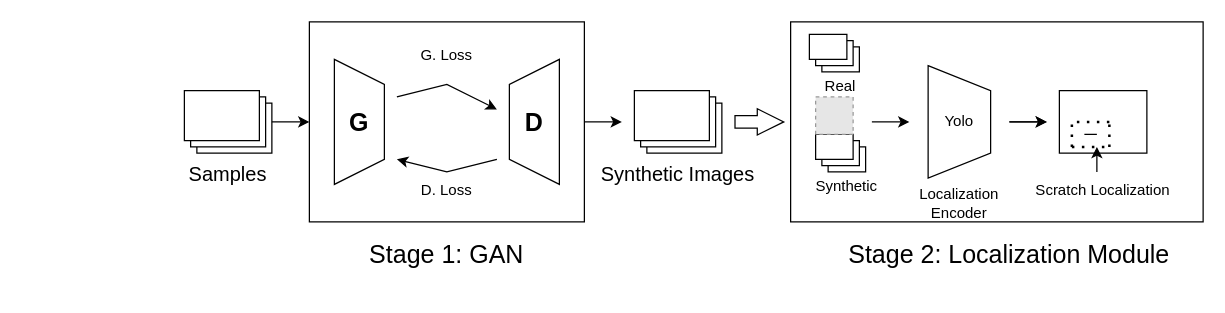
Before: Pipeline Diagram.drawio in ranjulbn20/Diagrams, a draw.io diagram. Source tidied: cells renumbered, new cells numbered last; positions are measured from the earlier drawing's top-left corner, leaving out a move shared by most shapes. Both pictures are drawn from the tidied source at 125%, with x=0, y=0 at pixel (146, 21). Pictures stored in the file or linked from it are replaced by grey dashed boxes.
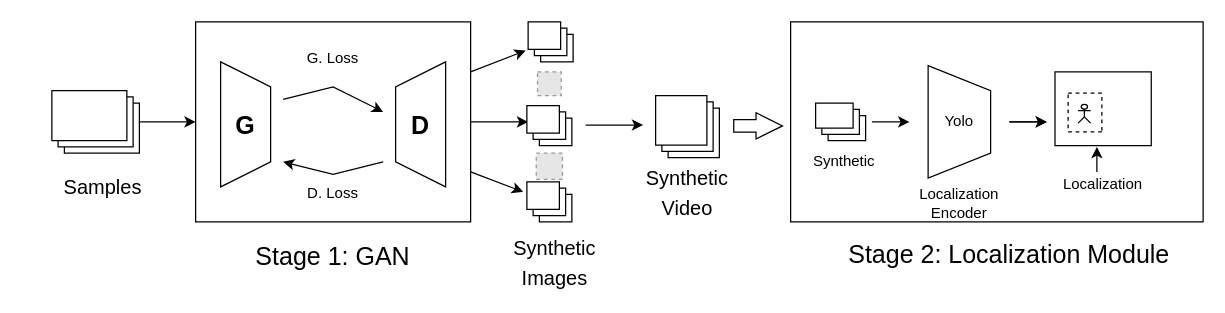
Above is the later version.

Diff of the diagram source:
```diff
@@
-    <mxCell id="3" style="rounded=0;whiteSpace=wrap;html=1;fontSize=12;" parent="1" vertex="1">
-      <mxGeometry x="730" y="55" width="70" height="50" as="geometry" />
-    </mxCell>
+    <mxCell id="19" style="shape=flexArrow;endArrow=classic;html=1;rounded=0;fontSize=16;endWidth=10;endSize=6.7250000000000005;" parent="1" edge="1">
+      <mxGeometry relative="1" as="geometry">
+        <mxPoint x="469" y="83.2" as="sourcePoint" />
+        <mxPoint x="509" y="83.2" as="targetPoint" />
+      </mxGeometry>
+    </mxCell>
+    <mxCell id="21" style="verticalLabelPosition=bottom;verticalAlign=top;html=1;shape=mxgraph.basic.layered_rect;dx=10;whiteSpace=wrap;fontSize=20;" parent="1" vertex="1">
+      <mxGeometry x="535" y="65" width="40" height="30" as="geometry" />
+    </mxCell>
+    <mxCell id="22" value="&lt;span style=&quot;font-size: 12px;&quot;&gt;Synthetic&lt;/span&gt;" style="text;html=1;strokeColor=none;fillColor=none;align=center;verticalAlign=middle;whiteSpace=wrap;rounded=0;fontSize=16;" parent="1" vertex="1">
+      <mxGeometry x="533" y="105" width="50" height="10" as="geometry" />
+    </mxCell>
+    <mxCell id="25" style="endArrow=classic;html=1;rounded=0;fontSize=12;" parent="1" edge="1">
+      <mxGeometry relative="1" as="geometry">
+        <mxPoint x="580" y="80" as="sourcePoint" />
+        <mxPoint x="610" y="80" as="targetPoint" />
+      </mxGeometry>
+    </mxCell>
+    <mxCell id="26" style="shape=trapezoid;perimeter=trapezoidPerimeter;whiteSpace=wrap;html=1;fixedSize=1;fontSize=12;rotation=90;" parent="1" vertex="1">
+      <mxGeometry x="605" y="55" width="90" height="50" as="geometry" />
+    </mxCell>
+    <mxCell id="27" value="Yolo" style="text;html=1;strokeColor=none;fillColor=none;align=center;verticalAlign=middle;whiteSpace=wrap;rounded=0;fontSize=12;" parent="1" vertex="1">
+      <mxGeometry x="620" y="65" width="60" height="30" as="geometry" />
+    </mxCell>
+    <mxCell id="28" style="endArrow=classic;html=1;rounded=0;fontSize=12;" parent="1" edge="1">
+      <mxGeometry relative="1" as="geometry">
+        <mxPoint x="690" y="80" as="sourcePoint" />
+        <mxPoint x="720" y="80" as="targetPoint" />
+      </mxGeometry>
+    </mxCell>
+    <mxCell id="29" style="endArrow=classic;html=1;rounded=0;fontSize=12;" parent="1" edge="1">
+      <mxGeometry relative="1" as="geometry">
+        <mxPoint x="690" y="80" as="sourcePoint" />
+        <mxPoint x="720" y="80" as="targetPoint" />
+        <Array as="points">
+          <mxPoint x="700" y="80" />
+        </Array>
+      </mxGeometry>
+    </mxCell>
+    <mxCell id="33" style="endArrow=classic;html=1;rounded=0;fontSize=12;" parent="1" edge="1">
+      <mxGeometry relative="1" as="geometry">
+        <mxPoint x="760" y="120" as="sourcePoint" />
+        <mxPoint x="760" y="100" as="targetPoint" />
+      </mxGeometry>
+    </mxCell>
+    <mxCell id="34" value="Localization" style="text;html=1;strokeColor=none;fillColor=none;align=center;verticalAlign=middle;whiteSpace=wrap;rounded=0;fontSize=12;" parent="1" vertex="1">
+      <mxGeometry x="710" y="115" width="110" height="30" as="geometry" />
+    </mxCell>
+    <mxCell id="35" value="Stage 2: Localization Module" style="text;html=1;strokeColor=none;fillColor=none;align=center;verticalAlign=middle;whiteSpace=wrap;rounded=0;fontSize=20;" parent="1" vertex="1">
+      <mxGeometry x="535" y="170" width="310" height="30" as="geometry" />
+    </mxCell>
+    <mxCell id="36" value="Localization&lt;br&gt;Encoder" style="text;html=1;strokeColor=none;fillColor=none;align=center;verticalAlign=middle;whiteSpace=wrap;rounded=0;fontSize=12;" parent="1" vertex="1">
+      <mxGeometry x="620" y="130" width="60" height="30" as="geometry" />
+    </mxCell>
+    <mxCell id="39" style="verticalLabelPosition=bottom;verticalAlign=top;html=1;shape=mxgraph.basic.layered_rect;dx=10;whiteSpace=wrap;fontSize=20;" parent="1" vertex="1">
+      <mxGeometry x="407" y="59" width="51" height="49.5" as="geometry" />
+    </mxCell>
+    <mxCell id="13" style="verticalLabelPosition=bottom;verticalAlign=top;html=1;shape=mxgraph.basic.layered_rect;dx=10;whiteSpace=wrap;fontSize=20;" parent="1" vertex="1">
+      <mxGeometry x="305" width="36" height="32" as="geometry" />
+    </mxCell>
+    <mxCell id="14" value="&lt;font style=&quot;font-size: 16px;&quot;&gt;Synthetic Images&lt;/font&gt;" style="text;html=1;strokeColor=none;fillColor=none;align=center;verticalAlign=middle;whiteSpace=wrap;rounded=0;fontSize=20;" parent="1" vertex="1">
+      <mxGeometry x="276.5" y="182" width="99" height="18" as="geometry" />
+    </mxCell>
+    <mxCell id="15" style="endArrow=classic;html=1;rounded=0;fontSize=16;exitX=1;exitY=0.5;exitDx=0;exitDy=0;" parent="1" edge="1" source="4">
+      <mxGeometry relative="1" as="geometry">
+        <mxPoint x="305" y="80" as="targetPoint" />
+      </mxGeometry>
+    </mxCell>
+    <mxCell id="16" style="verticalLabelPosition=bottom;verticalAlign=top;html=1;shape=mxgraph.basic.layered_rect;dx=10;outlineConnect=0;whiteSpace=wrap;fontSize=20;" parent="1" vertex="1">
+      <mxGeometry x="-76" y="55" width="70" height="50" as="geometry" />
+    </mxCell>
+    <mxCell id="17" value="&lt;span style=&quot;font-size: 16px;&quot;&gt;Samples&lt;/span&gt;" style="text;html=1;strokeColor=none;fillColor=none;align=center;verticalAlign=middle;whiteSpace=wrap;rounded=0;fontSize=20;" parent="1" vertex="1">
+      <mxGeometry x="-100" y="115" width="130" height="30" as="geometry" />
+    </mxCell>
+    <mxCell id="18" style="endArrow=classic;html=1;rounded=0;fontSize=16;entryX=0;entryY=0.5;entryDx=0;entryDy=0;" parent="1" edge="1" source="16" target="4">
+      <mxGeometry relative="1" as="geometry" />
+    </mxCell>
+    <mxCell id="40" style="group;" parent="1" vertex="1">
+      <mxGeometry x="39" width="220" height="202" as="geometry" />
+    </mxCell>
-    <mxCell id="4" style="rounded=0;whiteSpace=wrap;html=1;" parent="1" vertex="1">
-      <mxGeometry x="130" width="220" height="160" as="geometry" />
+    <mxCell id="4" style="rounded=0;whiteSpace=wrap;html=1;" parent="40" vertex="1">
+      <mxGeometry width="220" height="160" as="geometry" />
     </mxCell>
-    <mxCell id="5" style="shape=trapezoid;perimeter=trapezoidPerimeter;whiteSpace=wrap;html=1;fixedSize=1;rotation=-90;" parent="1" vertex="1">
-      <mxGeometry x="260" y="60" width="100" height="40" as="geometry" />
+    <mxCell id="5" style="shape=trapezoid;perimeter=trapezoidPerimeter;whiteSpace=wrap;html=1;fixedSize=1;rotation=-90;" parent="40" vertex="1">
+      <mxGeometry x="130" y="62" width="100" height="40" as="geometry" />
     </mxCell>
-    <mxCell id="6" style="shape=trapezoid;perimeter=trapezoidPerimeter;whiteSpace=wrap;html=1;fixedSize=1;rotation=90;" parent="1" vertex="1">
-      <mxGeometry x="120" y="60" width="100" height="40" as="geometry" />
+    <mxCell id="6" style="shape=trapezoid;perimeter=trapezoidPerimeter;whiteSpace=wrap;html=1;fixedSize=1;rotation=90;" parent="40" vertex="1">
+      <mxGeometry x="-10" y="62" width="100" height="40" as="geometry" />
     </mxCell>
-    <mxCell id="7" style="endArrow=classic;html=1;rounded=0;" parent="1" edge="1">
+    <mxCell id="7" style="endArrow=classic;html=1;rounded=0;" parent="40" edge="1">
       <mxGeometry relative="1" as="geometry">
-        <mxPoint x="200" y="60" as="sourcePoint" />
-        <mxPoint x="280" y="70" as="targetPoint" />
+        <mxPoint x="70" y="62" as="sourcePoint" />
+        <mxPoint x="150" y="72" as="targetPoint" />
         <Array as="points">
-          <mxPoint x="240" y="50" />
+          <mxPoint x="110" y="52" />
         </Array>
       </mxGeometry>
     </mxCell>
-    <mxCell id="8" style="endArrow=classic;html=1;rounded=0;startArrow=none;" parent="1" edge="1">
+    <mxCell id="8" style="endArrow=classic;html=1;rounded=0;startArrow=none;" parent="40" edge="1">
       <mxGeometry relative="1" as="geometry">
-        <mxPoint x="280" y="110" as="sourcePoint" />
-        <mxPoint x="200" y="110" as="targetPoint" />
+        <mxPoint x="150" y="112" as="sourcePoint" />
+        <mxPoint x="70" y="112" as="targetPoint" />
         <Array as="points">
-          <mxPoint x="240" y="120" />
+          <mxPoint x="110" y="122" />
         </Array>
       </mxGeometry>
     </mxCell>
-    <mxCell id="9" value="D. Loss" style="text;html=1;strokeColor=none;fillColor=none;align=center;verticalAlign=middle;whiteSpace=wrap;rounded=0;" parent="1" vertex="1">
-      <mxGeometry x="210" y="120" width="60" height="30" as="geometry" />
+    <mxCell id="9" value="D. Loss" style="text;html=1;strokeColor=none;fillColor=none;align=center;verticalAlign=middle;whiteSpace=wrap;rounded=0;" parent="40" vertex="1">
+      <mxGeometry x="80" y="122" width="60" height="30" as="geometry" />
     </mxCell>
-    <mxCell id="10" value="&lt;font style=&quot;font-size: 20px;&quot;&gt;&lt;b&gt;G&lt;/b&gt;&lt;/font&gt;" style="text;html=1;strokeColor=none;fillColor=none;align=center;verticalAlign=middle;whiteSpace=wrap;rounded=0;" parent="1" vertex="1">
-      <mxGeometry x="140" y="65" width="60" height="30" as="geometry" />
+    <mxCell id="10" value="&lt;font style=&quot;font-size: 20px;&quot;&gt;&lt;b&gt;G&lt;/b&gt;&lt;/font&gt;" style="text;html=1;strokeColor=none;fillColor=none;align=center;verticalAlign=middle;whiteSpace=wrap;rounded=0;" parent="40" vertex="1">
+      <mxGeometry x="10" y="67" width="60" height="30" as="geometry" />
     </mxCell>
-    <mxCell id="11" value="&lt;span style=&quot;font-size: 20px;&quot;&gt;&lt;b&gt;D&lt;/b&gt;&lt;/span&gt;" style="text;html=1;strokeColor=none;fillColor=none;align=center;verticalAlign=middle;whiteSpace=wrap;rounded=0;" parent="1" vertex="1">
-      <mxGeometry x="280" y="65" width="60" height="30" as="geometry" />
+    <mxCell id="11" value="&lt;span style=&quot;font-size: 20px;&quot;&gt;&lt;b&gt;D&lt;/b&gt;&lt;/span&gt;" style="text;html=1;strokeColor=none;fillColor=none;align=center;verticalAlign=middle;whiteSpace=wrap;rounded=0;" parent="40" vertex="1">
+      <mxGeometry x="150" y="67" width="60" height="30" as="geometry" />
     </mxCell>
-    <mxCell id="12" value="Stage 1: GAN" style="text;html=1;strokeColor=none;fillColor=none;align=center;verticalAlign=middle;whiteSpace=wrap;rounded=0;fontSize=20;" parent="1" vertex="1">
-      <mxGeometry x="170" y="170" width="140" height="30" as="geometry" />
+    <mxCell id="12" value="Stage 1: GAN" style="text;html=1;strokeColor=none;fillColor=none;align=center;verticalAlign=middle;whiteSpace=wrap;rounded=0;fontSize=20;" parent="40" vertex="1">
+      <mxGeometry x="40" y="172" width="140" height="30" as="geometry" />
     </mxCell>
-    <mxCell id="13" style="verticalLabelPosition=bottom;verticalAlign=top;html=1;shape=mxgraph.basic.layered_rect;dx=10;whiteSpace=wrap;fontSize=20;" parent="1" vertex="1">
-      <mxGeometry x="390" y="55" width="70" height="50" as="geometry" />
-    </mxCell>
-    <mxCell id="14" value="&lt;font style=&quot;font-size: 16px;&quot;&gt;Synthetic Images&lt;/font&gt;" style="text;html=1;strokeColor=none;fillColor=none;align=center;verticalAlign=middle;whiteSpace=wrap;rounded=0;fontSize=20;" parent="1" vertex="1">
-      <mxGeometry x="360" y="105" width="130" height="30" as="geometry" />
-    </mxCell>
-    <mxCell id="15" style="endArrow=classic;html=1;rounded=0;fontSize=16;exitX=1;exitY=0.5;exitDx=0;exitDy=0;" parent="1" edge="1" source="4">
-      <mxGeometry relative="1" as="geometry">
-        <mxPoint x="380" y="80" as="targetPoint" />
-      </mxGeometry>
-    </mxCell>
-    <mxCell id="16" style="verticalLabelPosition=bottom;verticalAlign=top;html=1;shape=mxgraph.basic.layered_rect;dx=10;outlineConnect=0;whiteSpace=wrap;fontSize=20;" parent="1" vertex="1">
-      <mxGeometry x="30" y="55" width="70" height="50" as="geometry" />
-    </mxCell>
-    <mxCell id="17" value="&lt;span style=&quot;font-size: 16px;&quot;&gt;Samples&lt;/span&gt;" style="text;html=1;strokeColor=none;fillColor=none;align=center;verticalAlign=middle;whiteSpace=wrap;rounded=0;fontSize=20;" parent="1" vertex="1">
-      <mxGeometry y="105" width="130" height="30" as="geometry" />
-    </mxCell>
-    <mxCell id="18" style="endArrow=classic;html=1;rounded=0;fontSize=16;" parent="1" edge="1" source="16">
-      <mxGeometry relative="1" as="geometry">
-        <mxPoint x="130" y="80" as="targetPoint" />
-      </mxGeometry>
-    </mxCell>
-    <mxCell id="19" style="shape=flexArrow;endArrow=classic;html=1;rounded=0;fontSize=16;endWidth=10;endSize=6.7250000000000005;" parent="1" edge="1">
-      <mxGeometry relative="1" as="geometry">
-        <mxPoint x="470" y="80" as="sourcePoint" />
-        <mxPoint x="510" y="80" as="targetPoint" />
-      </mxGeometry>
-    </mxCell>
-    <mxCell id="20" style="verticalLabelPosition=bottom;verticalAlign=top;html=1;shape=mxgraph.basic.layered_rect;dx=10;whiteSpace=wrap;fontSize=20;" parent="1" vertex="1">
-      <mxGeometry x="530" y="10" width="40" height="30" as="geometry" />
-    </mxCell>
-    <mxCell id="21" style="verticalLabelPosition=bottom;verticalAlign=top;html=1;shape=mxgraph.basic.layered_rect;dx=10;whiteSpace=wrap;fontSize=20;" parent="1" vertex="1">
-      <mxGeometry x="535" y="90" width="40" height="30" as="geometry" />
-    </mxCell>
-    <mxCell id="22" value="&lt;span style=&quot;font-size: 12px;&quot;&gt;Synthetic&lt;/span&gt;" style="text;html=1;strokeColor=none;fillColor=none;align=center;verticalAlign=middle;whiteSpace=wrap;rounded=0;fontSize=16;" parent="1" vertex="1">
-      <mxGeometry x="535" y="125" width="50" height="10" as="geometry" />
-    </mxCell>
-    <mxCell id="23" value="&lt;span style=&quot;font-size: 12px;&quot;&gt;Real&lt;/span&gt;" style="text;html=1;strokeColor=none;fillColor=none;align=center;verticalAlign=middle;whiteSpace=wrap;rounded=0;fontSize=16;" parent="1" vertex="1">
-      <mxGeometry x="540" y="45" width="30" height="10" as="geometry" />
-    </mxCell>
-    <mxCell id="24" style="fillColor=#E6E6E6;strokeColor=#999999;dashed=1;html=1;verticalAlign=top;verticalLabelPosition=bottom;labelBackgroundColor=#ffffff;fontSize=12;" parent="1" vertex="1">
-      <mxGeometry x="535" y="60" width="30" height="30" as="geometry" />
-    </mxCell>
-    <mxCell id="25" style="endArrow=classic;html=1;rounded=0;fontSize=12;" parent="1" edge="1">
-      <mxGeometry relative="1" as="geometry">
-        <mxPoint x="580" y="80" as="sourcePoint" />
-        <mxPoint x="610" y="80" as="targetPoint" />
-      </mxGeometry>
-    </mxCell>
-    <mxCell id="26" style="shape=trapezoid;perimeter=trapezoidPerimeter;whiteSpace=wrap;html=1;fixedSize=1;fontSize=12;rotation=90;" parent="1" vertex="1">
-      <mxGeometry x="605" y="55" width="90" height="50" as="geometry" />
-    </mxCell>
-    <mxCell id="27" value="Yolo" style="text;html=1;strokeColor=none;fillColor=none;align=center;verticalAlign=middle;whiteSpace=wrap;rounded=0;fontSize=12;" parent="1" vertex="1">
-      <mxGeometry x="620" y="65" width="60" height="30" as="geometry" />
-    </mxCell>
-    <mxCell id="28" style="endArrow=classic;html=1;rounded=0;fontSize=12;" parent="1" edge="1">
-      <mxGeometry relative="1" as="geometry">
-        <mxPoint x="690" y="80" as="sourcePoint" />
-        <mxPoint x="720" y="80" as="targetPoint" />
-      </mxGeometry>
-    </mxCell>
-    <mxCell id="29" style="endArrow=classic;html=1;rounded=0;fontSize=12;" parent="1" edge="1">
-      <mxGeometry relative="1" as="geometry">
-        <mxPoint x="690" y="80" as="sourcePoint" />
-        <mxPoint x="720" y="80" as="targetPoint" />
-        <Array as="points">
-          <mxPoint x="700" y="80" />
-        </Array>
-      </mxGeometry>
-    </mxCell>
-    <mxCell id="30" style="endArrow=none;dashed=1;html=1;dashPattern=1 3;strokeWidth=2;rounded=0;fontSize=12;" parent="1" edge="1">
-      <mxGeometry relative="1" as="geometry">
-        <mxPoint x="740" y="100" as="sourcePoint" />
-        <mxPoint x="770" y="100" as="targetPoint" />
-      </mxGeometry>
-    </mxCell>
-    <mxCell id="31" style="endArrow=none;dashed=1;html=1;dashPattern=1 3;strokeWidth=2;rounded=0;fontSize=12;" parent="1" edge="1">
-      <mxGeometry relative="1" as="geometry">
-        <mxPoint x="740" y="100" as="sourcePoint" />
-        <mxPoint x="770" y="80" as="targetPoint" />
-        <Array as="points">
-          <mxPoint x="740" y="80" />
-        </Array>
-      </mxGeometry>
-    </mxCell>
-    <mxCell id="32" style="endArrow=none;dashed=1;html=1;dashPattern=1 3;strokeWidth=2;rounded=0;fontSize=12;" parent="1" edge="1">
-      <mxGeometry relative="1" as="geometry">
-        <mxPoint x="770" y="100" as="sourcePoint" />
-        <mxPoint x="770" y="80" as="targetPoint" />
-      </mxGeometry>
-    </mxCell>
-    <mxCell id="33" style="endArrow=classic;html=1;rounded=0;fontSize=12;" parent="1" edge="1">
-      <mxGeometry relative="1" as="geometry">
-        <mxPoint x="760" y="120" as="sourcePoint" />
-        <mxPoint x="760" y="100" as="targetPoint" />
-      </mxGeometry>
-    </mxCell>
-    <mxCell id="34" value="Scratch Localization" style="text;html=1;strokeColor=none;fillColor=none;align=center;verticalAlign=middle;whiteSpace=wrap;rounded=0;fontSize=12;" parent="1" vertex="1">
-      <mxGeometry x="710" y="120" width="110" height="30" as="geometry" />
-    </mxCell>
-    <mxCell id="35" value="Stage 2: Localization Module" style="text;html=1;strokeColor=none;fillColor=none;align=center;verticalAlign=middle;whiteSpace=wrap;rounded=0;fontSize=20;" parent="1" vertex="1">
-      <mxGeometry x="535" y="170" width="310" height="30" as="geometry" />
-    </mxCell>
-    <mxCell id="36" value="Localization&lt;br&gt;Encoder" style="text;html=1;strokeColor=none;fillColor=none;align=center;verticalAlign=middle;whiteSpace=wrap;rounded=0;fontSize=12;" parent="1" vertex="1">
-      <mxGeometry x="620" y="130" width="60" height="30" as="geometry" />
-    </mxCell>
-    <mxCell id="37" style="endArrow=none;html=1;rounded=0;fontSize=12;" parent="1" edge="1">
-      <mxGeometry relative="1" as="geometry">
-        <mxPoint x="760" y="90" as="sourcePoint" />
-        <mxPoint x="750" y="90" as="targetPoint" />
-        <Array as="points">
-          <mxPoint x="760" y="90" />
-        </Array>
-      </mxGeometry>
-    </mxCell>
-    <mxCell id="38" value="G. Loss" style="text;html=1;strokeColor=none;fillColor=none;align=center;verticalAlign=middle;whiteSpace=wrap;rounded=0;" parent="1" vertex="1">
-      <mxGeometry x="210" y="12" width="60" height="30" as="geometry" />
+    <mxCell id="38" value="G. Loss" style="text;html=1;strokeColor=none;fillColor=none;align=center;verticalAlign=middle;whiteSpace=wrap;rounded=0;" parent="40" vertex="1">
+      <mxGeometry x="80" y="14" width="60" height="30" as="geometry" />
     </mxCell>
+    <mxCell id="41" style="verticalLabelPosition=bottom;verticalAlign=top;html=1;shape=mxgraph.basic.layered_rect;dx=10;whiteSpace=wrap;fontSize=20;" parent="1" vertex="1">
+      <mxGeometry x="304" y="67" width="36" height="32" as="geometry" />
+    </mxCell>
+    <mxCell id="42" style="verticalLabelPosition=bottom;verticalAlign=top;html=1;shape=mxgraph.basic.layered_rect;dx=10;whiteSpace=wrap;fontSize=20;" parent="1" vertex="1">
+      <mxGeometry x="304" y="128" width="36" height="32" as="geometry" />
+    </mxCell>
+    <mxCell id="43" style="endArrow=classic;html=1;rounded=0;fontSize=16;exitX=1;exitY=0.5;exitDx=0;exitDy=0;" parent="1" edge="1">
+      <mxGeometry relative="1" as="geometry">
+        <mxPoint x="259" y="120" as="sourcePoint" />
+        <mxPoint x="301" y="136" as="targetPoint" />
+      </mxGeometry>
+    </mxCell>
+    <mxCell id="44" style="endArrow=classic;html=1;rounded=0;fontSize=16;exitX=1;exitY=0.5;exitDx=0;exitDy=0;" parent="1" edge="1">
+      <mxGeometry relative="1" as="geometry">
+        <mxPoint x="259" y="40" as="sourcePoint" />
+        <mxPoint x="303" y="23" as="targetPoint" />
+      </mxGeometry>
+    </mxCell>
+    <mxCell id="45" style="edgeStyle=orthogonalEdgeStyle;rounded=0;orthogonalLoop=1;jettySize=auto;html=1;exitX=0.5;exitY=1;exitDx=0;exitDy=0;" parent="1" edge="1" source="14" target="14">
+      <mxGeometry relative="1" as="geometry" />
+    </mxCell>
+    <mxCell id="46" style="fillColor=#E6E6E6;strokeColor=#999999;dashed=1;html=1;verticalAlign=top;verticalLabelPosition=bottom;labelBackgroundColor=#ffffff;fontSize=12;" parent="1" vertex="1">
+      <mxGeometry x="312.5" y="40" width="19" height="19" as="geometry" />
+    </mxCell>
+    <mxCell id="47" style="fillColor=#E6E6E6;strokeColor=#999999;dashed=1;html=1;verticalAlign=top;verticalLabelPosition=bottom;labelBackgroundColor=#ffffff;fontSize=12;" parent="1" vertex="1">
+      <mxGeometry x="311.5" y="105" width="21" height="21" as="geometry" />
+    </mxCell>
+    <mxCell id="48" style="endArrow=classic;html=1;rounded=0;fontSize=16;exitX=1;exitY=0.5;exitDx=0;exitDy=0;" parent="1" edge="1">
+      <mxGeometry relative="1" as="geometry">
+        <mxPoint x="351" y="82.5" as="sourcePoint" />
+        <mxPoint x="397" y="82.5" as="targetPoint" />
+      </mxGeometry>
+    </mxCell>
+    <mxCell id="49" value="&lt;font style=&quot;font-size: 16px;&quot;&gt;Synthetic Video&lt;/font&gt;" style="text;html=1;strokeColor=none;fillColor=none;align=center;verticalAlign=middle;whiteSpace=wrap;rounded=0;fontSize=20;" parent="1" vertex="1">
+      <mxGeometry x="383" y="126" width="99" height="18" as="geometry" />
+    </mxCell>
+    <mxCell id="3" style="rounded=0;whiteSpace=wrap;html=1;fontSize=12;" parent="1" vertex="1">
+      <mxGeometry x="726.5" y="40" width="77" height="59" as="geometry" />
+    </mxCell>
+    <mxCell id="50" style="group;" parent="1" vertex="1">
+      <mxGeometry x="737" y="57" width="28" height="31" as="geometry" />
+    </mxCell>
+    <mxCell id="51" style="shape=umlActor;verticalLabelPosition=bottom;verticalAlign=top;html=1;" parent="50" vertex="1">
+      <mxGeometry x="8" y="9" width="10" height="15" as="geometry" />
+    </mxCell>
+    <mxCell id="52" style="endArrow=none;dashed=1;html=1;rounded=0;" parent="50" edge="1">
+      <mxGeometry relative="1" as="geometry">
+        <mxPoint y="28" as="sourcePoint" />
+        <mxPoint y="1" as="targetPoint" />
+      </mxGeometry>
+    </mxCell>
+    <mxCell id="53" style="endArrow=none;dashed=1;html=1;rounded=0;" parent="50" edge="1">
+      <mxGeometry relative="1" as="geometry">
+        <mxPoint x="27" y="31" as="sourcePoint" />
+        <mxPoint y="31" as="targetPoint" />
+      </mxGeometry>
+    </mxCell>
+    <mxCell id="54" style="endArrow=none;dashed=1;html=1;rounded=0;" parent="50" edge="1">
+      <mxGeometry relative="1" as="geometry">
+        <mxPoint x="27" y="30" as="sourcePoint" />
+        <mxPoint x="27" as="targetPoint" />
+      </mxGeometry>
+    </mxCell>
+    <mxCell id="55" style="endArrow=none;dashed=1;html=1;rounded=0;" parent="50" edge="1">
+      <mxGeometry relative="1" as="geometry">
+        <mxPoint as="sourcePoint" />
+        <mxPoint x="28" as="targetPoint" />
+      </mxGeometry>
+    </mxCell>
```
